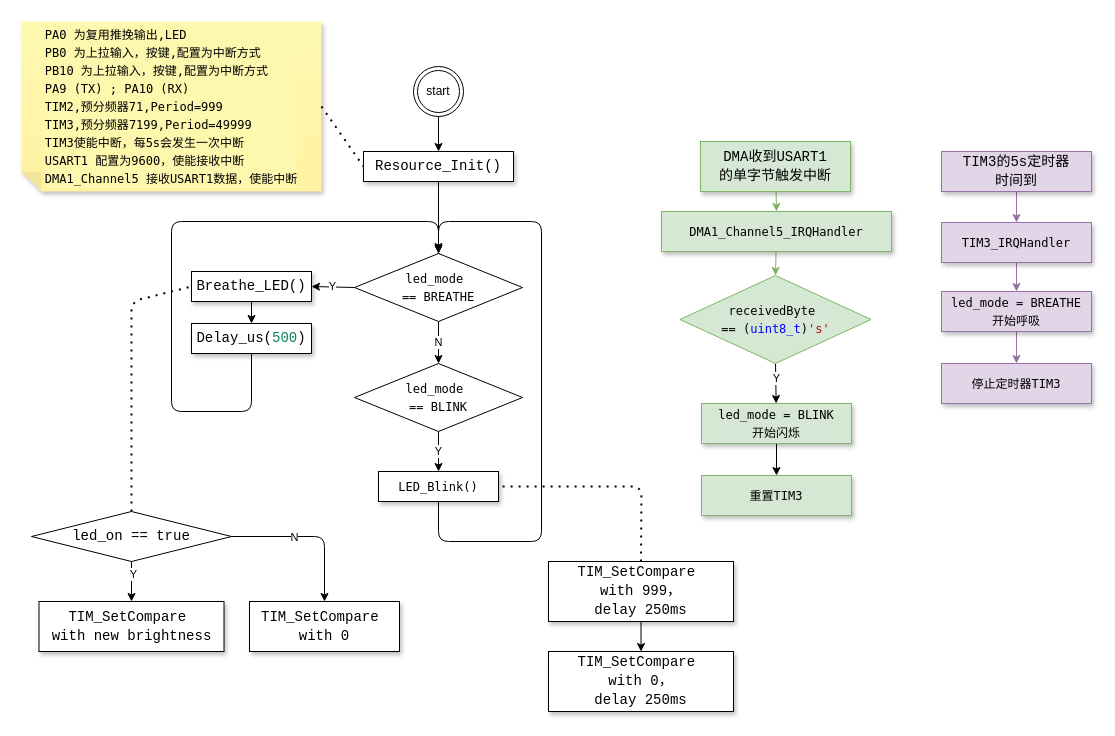
Before: 2nd/extend/2-DMA/flow.drawio in Lzih7/C-language-learning, a draw.io diagram. Source tidied: cells renumbered, new cells numbered last; positions are measured from the earlier drawing's top-left corner, leaving out a move shared by most shapes. Both pictures are drawn from the tidied source at 100%, with x=0, y=0 at pixel (21, 21).
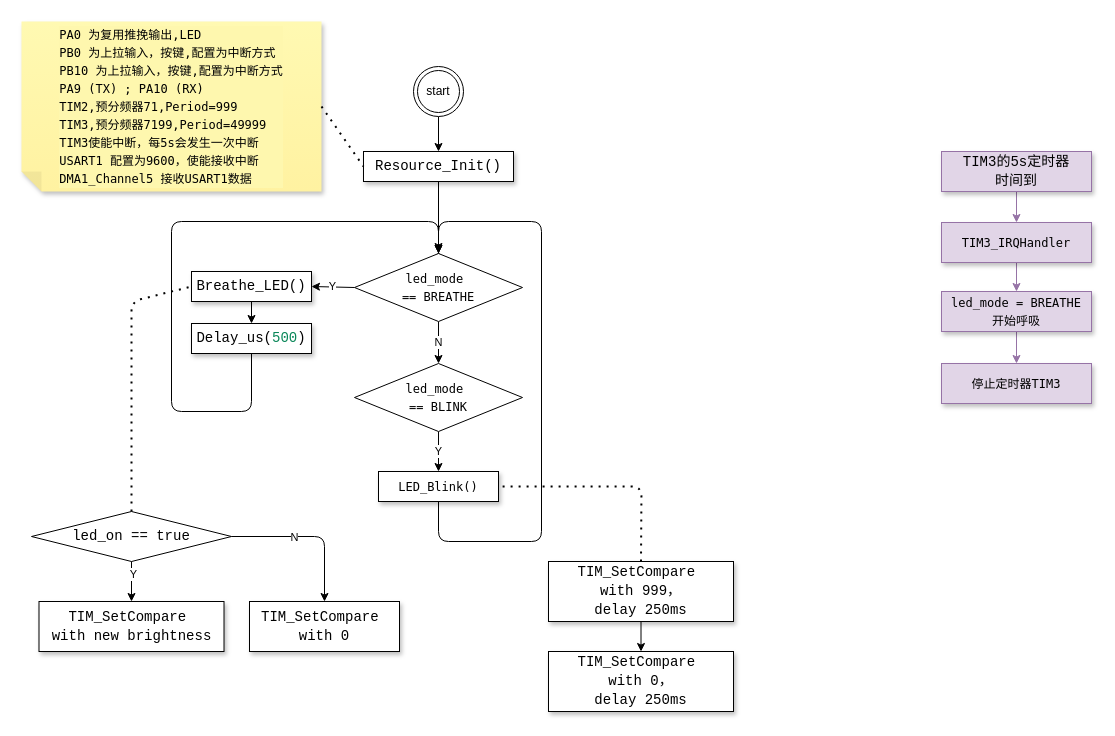
Above is the later version.

What changed in the source:
```diff
@@
-    <mxCell id="30" style="edgeStyle=none;html=1;entryX=0.5;entryY=0;entryDx=0;entryDy=0;fillColor=#d5e8d4;strokeColor=#82b366;labelBackgroundColor=#d6e8d5;" parent="1" edge="1" source="31" target="48">
-      <mxGeometry relative="1" as="geometry" />
-    </mxCell>
-    <mxCell id="31" value="&lt;div style=&quot;font-family: Consolas, &amp;quot;Courier New&amp;quot;, monospace; font-size: 14px; line-height: 19px;&quot;&gt;&lt;div style=&quot;line-height: 19px;&quot;&gt;&lt;div style=&quot;font-family: Menlo, Monaco, &amp;quot;Courier New&amp;quot;, monospace; font-size: 12px; line-height: 18px;&quot;&gt;&lt;div style=&quot;line-height: 18px;&quot;&gt;&lt;div style=&quot;line-height: 18px;&quot;&gt;DMA1_Channel5_IRQHandler&lt;/div&gt;&lt;/div&gt;&lt;/div&gt;&lt;/div&gt;&lt;/div&gt;" style="whiteSpace=wrap;html=1;shadow=1;fillColor=#d5e8d4;strokeColor=#82b366;labelBackgroundColor=#d6e8d5;" parent="1" vertex="1">
-      <mxGeometry x="640" y="190" width="230" height="40" as="geometry" />
-    </mxCell>
-    <mxCell id="32" style="edgeStyle=none;html=1;entryX=0.5;entryY=0;entryDx=0;entryDy=0;fontColor=#fff2cc;endArrow=classic;endFill=1;fillColor=#d5e8d4;strokeColor=#82b366;labelBackgroundColor=#d6e8d5;" parent="1" edge="1" source="33" target="31">
-      <mxGeometry relative="1" as="geometry" />
-    </mxCell>
-    <mxCell id="33" value="&lt;div style=&quot;font-family: Consolas, &amp;quot;Courier New&amp;quot;, monospace; font-size: 14px; line-height: 19px;&quot;&gt;&lt;div style=&quot;line-height: 19px;&quot;&gt;DMA收到USART1&lt;/div&gt;&lt;div style=&quot;line-height: 19px;&quot;&gt;的单字节触发中断&lt;/div&gt;&lt;/div&gt;" style="whiteSpace=wrap;html=1;shadow=1;fillColor=#d5e8d4;strokeColor=#82b366;labelBackgroundColor=#d6e8d5;" parent="1" vertex="1">
-      <mxGeometry x="679" y="120" width="150" height="50" as="geometry" />
-    </mxCell>
-    <mxCell id="34" style="edgeStyle=none;html=1;" parent="1" edge="1" source="35" target="36">
-      <mxGeometry relative="1" as="geometry" />
-    </mxCell>
-    <mxCell id="35" value="&lt;div style=&quot;font-family: Consolas, &amp;quot;Courier New&amp;quot;, monospace; font-size: 14px; line-height: 19px;&quot;&gt;&lt;div style=&quot;line-height: 19px;&quot;&gt;&lt;div style=&quot;font-family: Menlo, Monaco, &amp;quot;Courier New&amp;quot;, monospace; font-size: 12px; line-height: 18px;&quot;&gt;led_mode = BLINK&lt;/div&gt;&lt;div style=&quot;font-family: Menlo, Monaco, &amp;quot;Courier New&amp;quot;, monospace; font-size: 12px; line-height: 18px;&quot;&gt;开始闪烁&lt;/div&gt;&lt;/div&gt;&lt;/div&gt;" style="whiteSpace=wrap;html=1;shadow=1;fillColor=#d5e8d4;strokeColor=#82b366;labelBackgroundColor=#d6e8d5;" parent="1" vertex="1">
-      <mxGeometry x="680" y="382" width="150" height="40" as="geometry" />
-    </mxCell>
-    <mxCell id="36" value="&lt;div style=&quot;font-family: Consolas, &amp;quot;Courier New&amp;quot;, monospace; font-size: 14px; line-height: 19px;&quot;&gt;&lt;div style=&quot;line-height: 19px;&quot;&gt;&lt;div style=&quot;font-family: Menlo, Monaco, &amp;quot;Courier New&amp;quot;, monospace; font-size: 12px; line-height: 18px;&quot;&gt;&lt;div style=&quot;line-height: 18px;&quot;&gt;&lt;span style=&quot;&quot;&gt;重置TIM3&lt;/span&gt;&lt;/div&gt;&lt;/div&gt;&lt;/div&gt;&lt;/div&gt;" style="whiteSpace=wrap;html=1;shadow=1;fillColor=#d5e8d4;strokeColor=#82b366;labelBackgroundColor=#d6e8d5;fontColor=#000000;" parent="1" vertex="1">
-      <mxGeometry x="680" y="454" width="150" height="40" as="geometry" />
-    </mxCell>
-    <mxCell id="37" value="&lt;div style=&quot;border-color: var(--border-color); text-align: left; font-family: Menlo, Monaco, &amp;quot;Courier New&amp;quot;, monospace; line-height: 18px;&quot;&gt;&lt;span style=&quot;border-color: var(--border-color);&quot;&gt;PA0 为复用推挽输出,LED&lt;/span&gt;&lt;/div&gt;&lt;div style=&quot;border-color: var(--border-color); text-align: left; font-family: Menlo, Monaco, &amp;quot;Courier New&amp;quot;, monospace; line-height: 18px;&quot;&gt;&lt;div style=&quot;border-color: var(--border-color); line-height: 18px;&quot;&gt;&lt;span style=&quot;border-color: var(--border-color);&quot;&gt;PB0 为上拉输入，按键,配置为中断方式&lt;/span&gt;&lt;/div&gt;&lt;div style=&quot;border-color: var(--border-color); line-height: 18px;&quot;&gt;&lt;span style=&quot;border-color: var(--border-color);&quot;&gt;PB10 为上拉输入，按键,配置为中断方式&lt;br&gt;&lt;/span&gt;&lt;/div&gt;&lt;div style=&quot;border-color: var(--border-color); line-height: 18px;&quot;&gt;&lt;span style=&quot;border-color: var(--border-color);&quot;&gt;&lt;div style=&quot;line-height: 18px;&quot;&gt;&lt;span style=&quot;&quot;&gt;PA9 (TX) ;&amp;nbsp;&lt;/span&gt;&lt;span style=&quot;&quot;&gt;PA10 (RX)&lt;/span&gt;&lt;/div&gt;&lt;/span&gt;&lt;/div&gt;&lt;div style=&quot;border-color: var(--border-color); line-height: 18px;&quot;&gt;&lt;span style=&quot;&quot;&gt;&lt;span style=&quot;border-color: var(--border-color);&quot;&gt;TIM2,&lt;/span&gt;&lt;span style=&quot;border-color: var(--border-color);&quot;&gt;预分频器71,&lt;/span&gt;&lt;span style=&quot;border-color: var(--border-color);&quot;&gt;Period=999&lt;/span&gt;&lt;/span&gt;&lt;/div&gt;&lt;div style=&quot;border-color: var(--border-color); line-height: 18px;&quot;&gt;&lt;span style=&quot;&quot;&gt;&lt;span style=&quot;border-color: var(--border-color);&quot;&gt;&lt;span style=&quot;border-color: var(--border-color);&quot;&gt;TIM3,&lt;/span&gt;&lt;span style=&quot;border-color: var(--border-color);&quot;&gt;预分频器&lt;span style=&quot;&quot;&gt;7199&lt;/span&gt;&lt;/span&gt;&lt;/span&gt;&lt;span style=&quot;border-color: var(--border-color);&quot;&gt;,&lt;/span&gt;&lt;span style=&quot;border-color: var(--border-color);&quot;&gt;Period=&lt;/span&gt;&lt;span style=&quot;&quot;&gt;49999&lt;/span&gt;&lt;/span&gt;&lt;/div&gt;&lt;div style=&quot;border-color: var(--border-color); line-height: 18px;&quot;&gt;&lt;span style=&quot;&quot;&gt;TIM3使能中断，每5s会发生一次中断&lt;/span&gt;&lt;/div&gt;&lt;div style=&quot;border-color: var(--border-color); line-height: 18px;&quot;&gt;&lt;div style=&quot;line-height: 18px;&quot;&gt;&lt;span style=&quot;&quot;&gt;USART1 配置为9600，&lt;/span&gt;&lt;span style=&quot;&quot;&gt;使能接收中断&lt;/span&gt;&lt;/div&gt;&lt;div style=&quot;line-height: 18px;&quot;&gt;&lt;div style=&quot;line-height: 18px;&quot;&gt;&lt;span style=&quot;&quot;&gt;DMA1_Channel5 接收&lt;/span&gt;&lt;span style=&quot;&quot;&gt;USART1数据，使能中断&lt;/span&gt;&lt;/div&gt;&lt;/div&gt;&lt;/div&gt;&lt;/div&gt;" style="shape=note;whiteSpace=wrap;html=1;backgroundOutline=1;fontColor=#000000;darkOpacity=0.05;fillColor=#FFF9B2;strokeColor=none;fillStyle=solid;direction=west;gradientDirection=north;gradientColor=#FFF2A1;shadow=1;size=20;labelBackgroundColor=#FEF7AE;" parent="1" vertex="1">
+    <mxCell id="37" value="&lt;div style=&quot;border-color: var(--border-color); text-align: left; font-family: Menlo, Monaco, &amp;quot;Courier New&amp;quot;, monospace; line-height: 18px;&quot;&gt;&lt;span style=&quot;border-color: var(--border-color);&quot;&gt;PA0 为复用推挽输出,LED&lt;/span&gt;&lt;/div&gt;&lt;div style=&quot;border-color: var(--border-color); text-align: left; font-family: Menlo, Monaco, &amp;quot;Courier New&amp;quot;, monospace; line-height: 18px;&quot;&gt;&lt;div style=&quot;border-color: var(--border-color); line-height: 18px;&quot;&gt;&lt;span style=&quot;border-color: var(--border-color);&quot;&gt;PB0 为上拉输入，按键,配置为中断方式&lt;/span&gt;&lt;/div&gt;&lt;div style=&quot;border-color: var(--border-color); line-height: 18px;&quot;&gt;&lt;span style=&quot;border-color: var(--border-color);&quot;&gt;PB10 为上拉输入，按键,配置为中断方式&lt;br&gt;&lt;/span&gt;&lt;/div&gt;&lt;div style=&quot;border-color: var(--border-color); line-height: 18px;&quot;&gt;&lt;span style=&quot;border-color: var(--border-color);&quot;&gt;&lt;div style=&quot;line-height: 18px;&quot;&gt;&lt;span style=&quot;&quot;&gt;PA9 (TX) ;&amp;nbsp;&lt;/span&gt;&lt;span style=&quot;&quot;&gt;PA10 (RX)&lt;/span&gt;&lt;/div&gt;&lt;/span&gt;&lt;/div&gt;&lt;div style=&quot;border-color: var(--border-color); line-height: 18px;&quot;&gt;&lt;span style=&quot;&quot;&gt;&lt;span style=&quot;border-color: var(--border-color);&quot;&gt;TIM2,&lt;/span&gt;&lt;span style=&quot;border-color: var(--border-color);&quot;&gt;预分频器71,&lt;/span&gt;&lt;span style=&quot;border-color: var(--border-color);&quot;&gt;Period=999&lt;/span&gt;&lt;/span&gt;&lt;/div&gt;&lt;div style=&quot;border-color: var(--border-color); line-height: 18px;&quot;&gt;&lt;span style=&quot;&quot;&gt;&lt;span style=&quot;border-color: var(--border-color);&quot;&gt;&lt;span style=&quot;border-color: var(--border-color);&quot;&gt;TIM3,&lt;/span&gt;&lt;span style=&quot;border-color: var(--border-color);&quot;&gt;预分频器&lt;span style=&quot;&quot;&gt;7199&lt;/span&gt;&lt;/span&gt;&lt;/span&gt;&lt;span style=&quot;border-color: var(--border-color);&quot;&gt;,&lt;/span&gt;&lt;span style=&quot;border-color: var(--border-color);&quot;&gt;Period=&lt;/span&gt;&lt;span style=&quot;&quot;&gt;49999&lt;/span&gt;&lt;/span&gt;&lt;/div&gt;&lt;div style=&quot;border-color: var(--border-color); line-height: 18px;&quot;&gt;&lt;span style=&quot;&quot;&gt;TIM3使能中断，每5s会发生一次中断&lt;/span&gt;&lt;/div&gt;&lt;div style=&quot;border-color: var(--border-color); line-height: 18px;&quot;&gt;&lt;div style=&quot;line-height: 18px;&quot;&gt;&lt;span style=&quot;&quot;&gt;USART1 配置为9600，&lt;/span&gt;&lt;span style=&quot;&quot;&gt;使能接收中断&lt;/span&gt;&lt;/div&gt;&lt;div style=&quot;line-height: 18px;&quot;&gt;&lt;div style=&quot;line-height: 18px;&quot;&gt;&lt;span style=&quot;&quot;&gt;DMA1_Channel5 接收&lt;/span&gt;&lt;span style=&quot;&quot;&gt;USART1数据&lt;/span&gt;&lt;/div&gt;&lt;/div&gt;&lt;/div&gt;&lt;/div&gt;" style="shape=note;whiteSpace=wrap;html=1;backgroundOutline=1;fontColor=#000000;darkOpacity=0.05;fillColor=#FFF9B2;strokeColor=none;fillStyle=solid;direction=west;gradientDirection=north;gradientColor=#FFF2A1;shadow=1;size=20;labelBackgroundColor=#FEF7AE;" parent="1" vertex="1">
       <mxGeometry width="300" height="170" as="geometry" />
     </mxCell>
@@
-    <mxCell id="46" style="edgeStyle=none;html=1;exitX=0.5;exitY=1;exitDx=0;exitDy=0;" parent="1" edge="1" source="48" target="35">
-      <mxGeometry relative="1" as="geometry" />
-    </mxCell>
-    <mxCell id="47" value="Y" style="edgeLabel;html=1;align=center;verticalAlign=middle;fontColor=#000000;" parent="46" vertex="1">
-      <mxGeometry x="-0.25" relative="1" as="geometry" />
-    </mxCell>
-    <mxCell id="48" value="&lt;div style=&quot;font-family: Menlo, Monaco, &amp;quot;Courier New&amp;quot;, monospace; line-height: 18px;&quot;&gt;receivedByte&amp;nbsp;&lt;/div&gt;&lt;div style=&quot;font-family: Menlo, Monaco, &amp;quot;Courier New&amp;quot;, monospace; line-height: 18px;&quot;&gt;== (&lt;span style=&quot;border-color: var(--border-color); color: rgb(0, 0, 255);&quot;&gt;uint8_t&lt;/span&gt;)&lt;span style=&quot;border-color: var(--border-color); color: rgb(163, 21, 21);&quot;&gt;'s'&lt;/span&gt;&lt;br&gt;&lt;/div&gt;" style="rhombus;whiteSpace=wrap;html=1;fillColor=#d5e8d4;strokeColor=#82b366;labelBackgroundColor=#d6e8d5;" parent="1" vertex="1">
-      <mxGeometry x="658.5" y="254" width="191" height="88" as="geometry" />
-    </mxCell>
```
